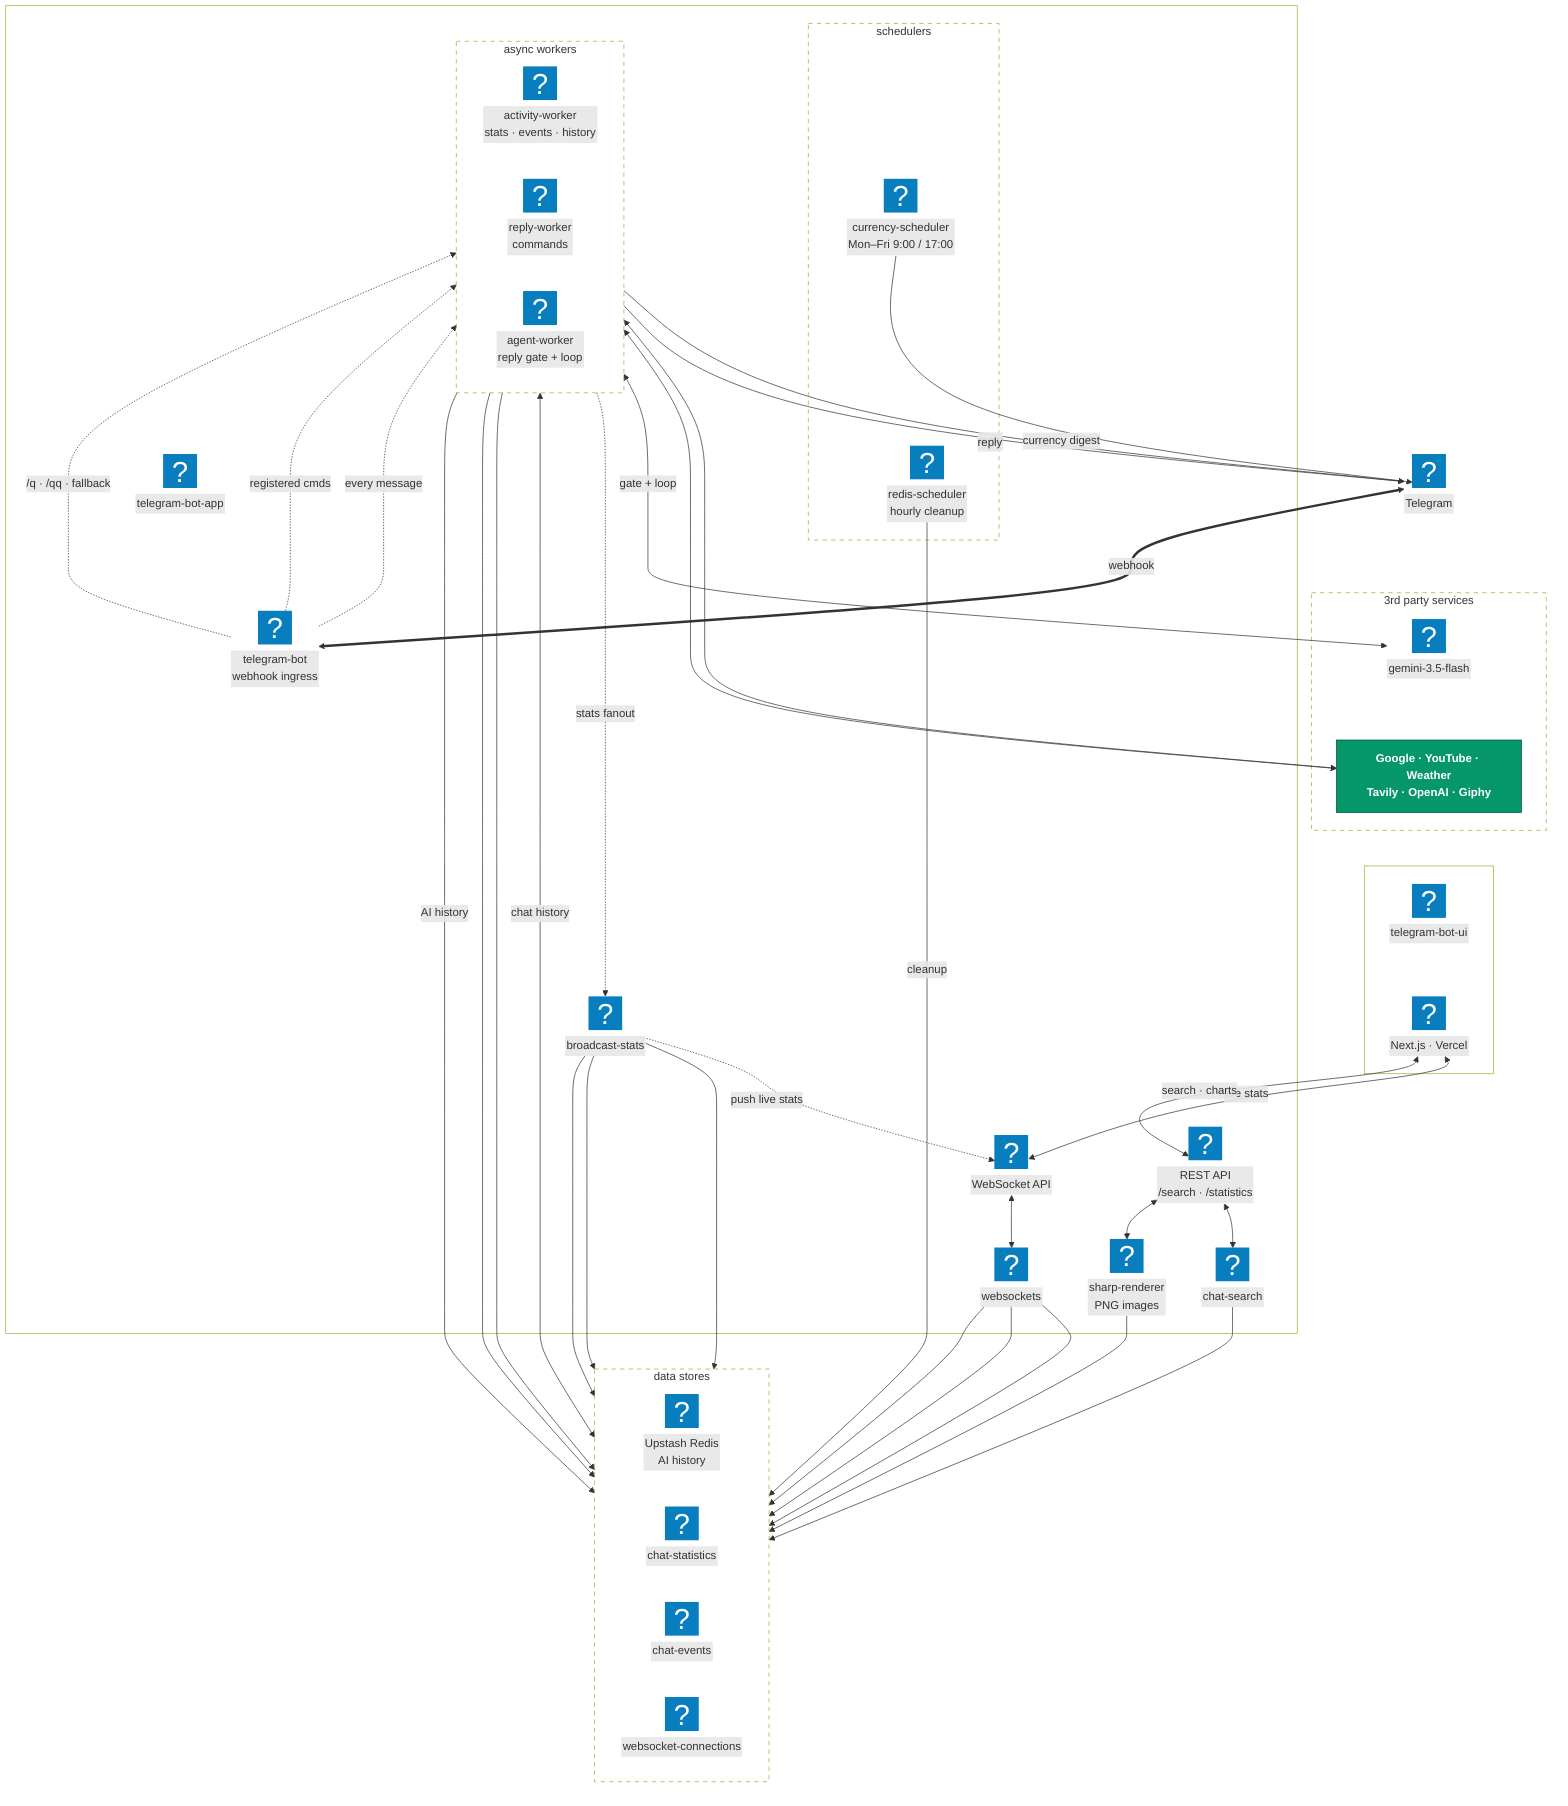
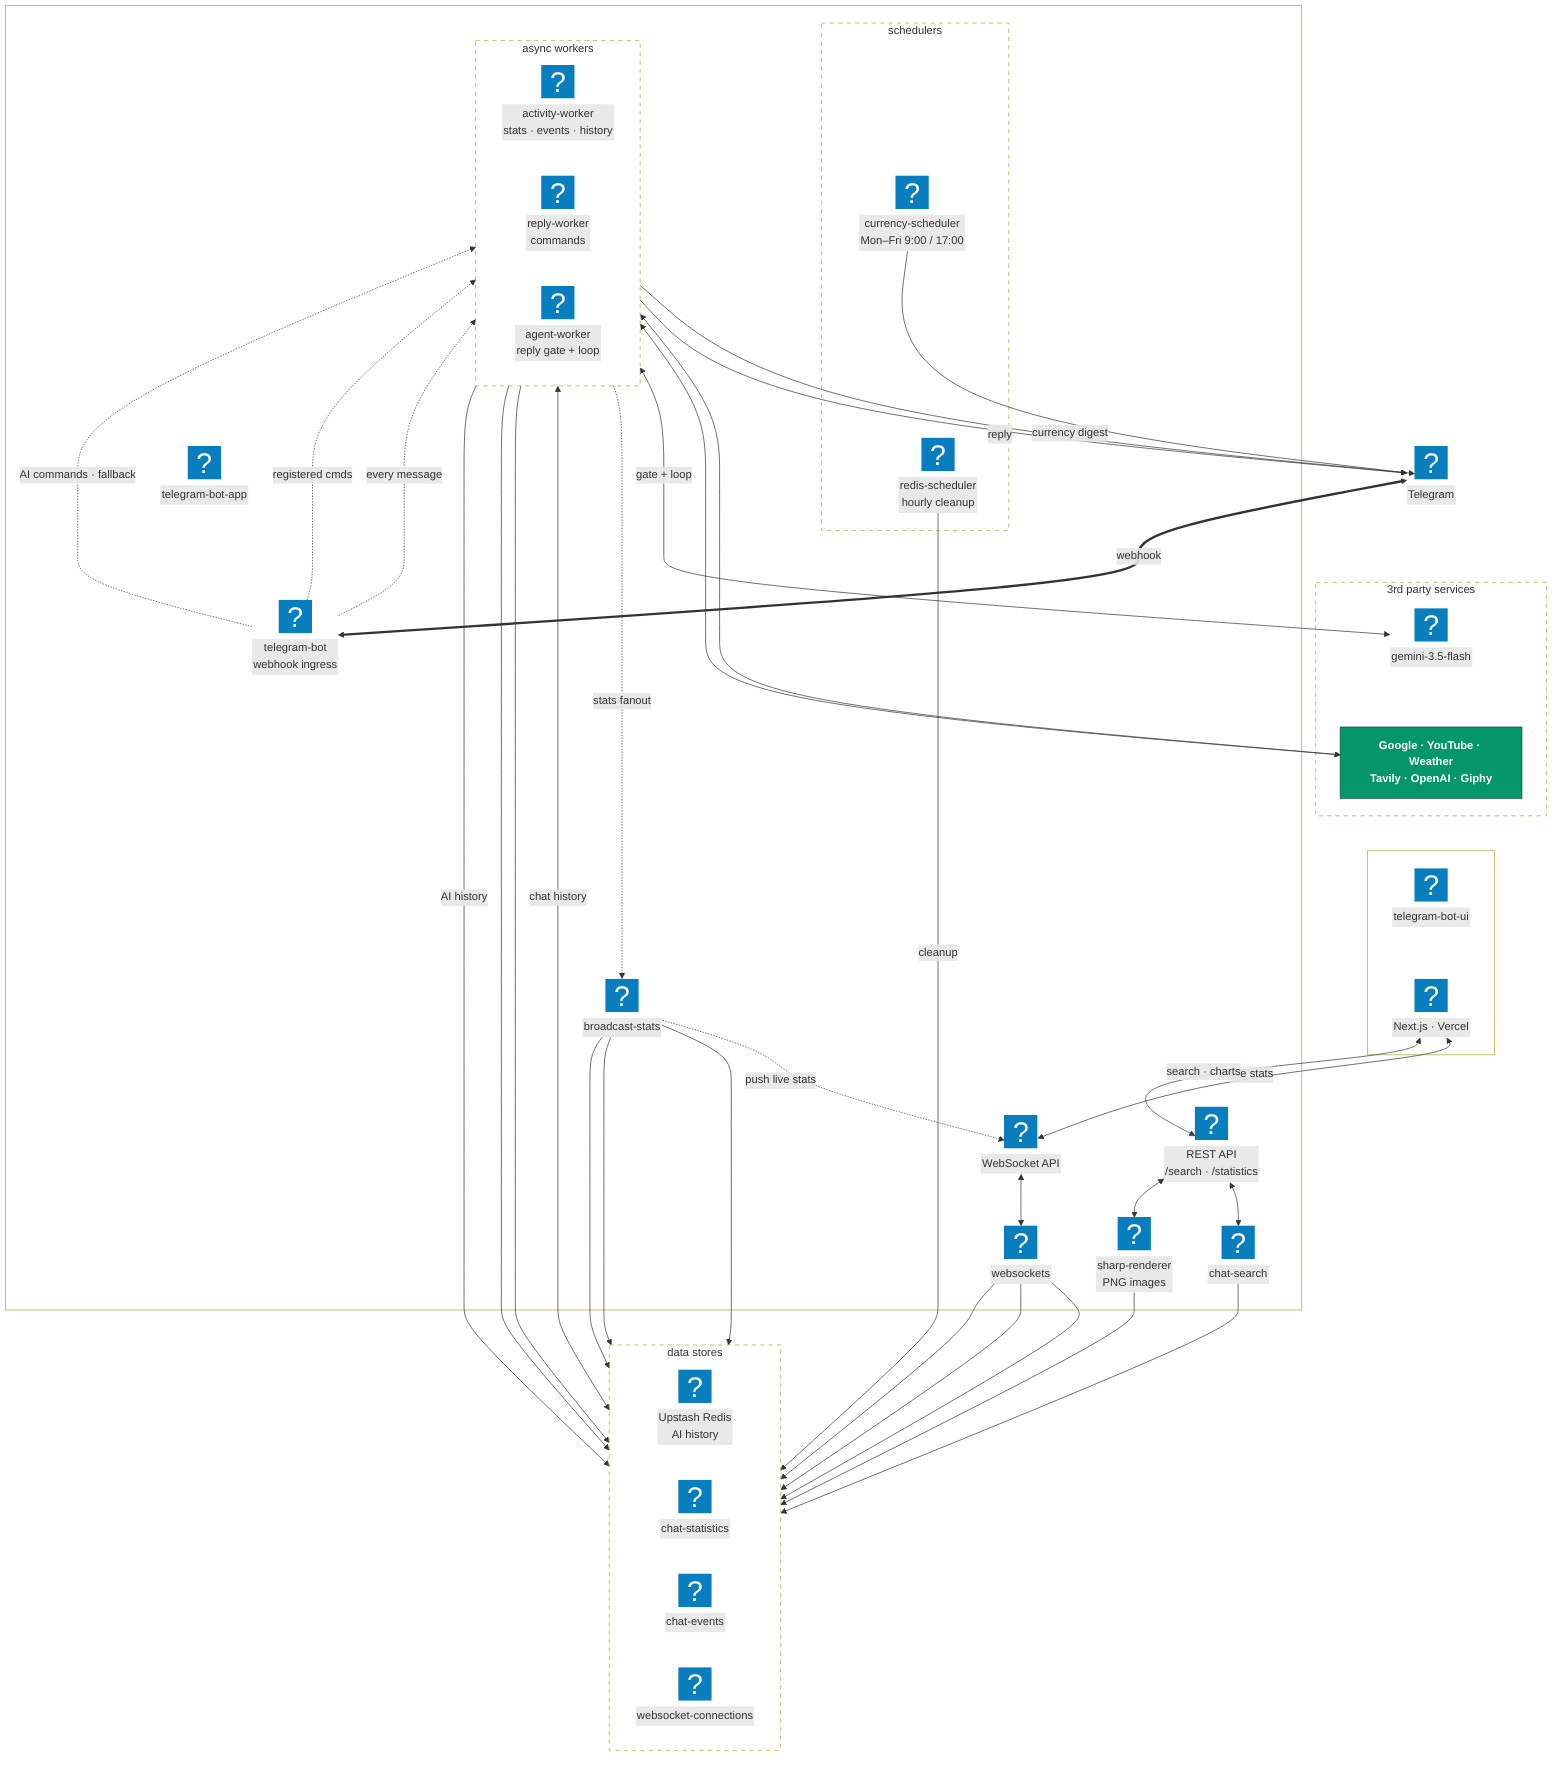
flowchart TB
  subgraph APP[" "]
    GHAPP@{ icon: "mdi:github", label: "telegram-bot-app", h: 36 }

    subgraph SCHED["schedulers"]
      CRON1@{ icon: "logos:aws-eventbridge", label: "currency-scheduler<br/>Mon–Fri 9:00 / 17:00", h: 38 }
      CRON2@{ icon: "logos:aws-eventbridge", label: "redis-scheduler<br/>hourly cleanup", h: 38 }
    end

    BOT@{ icon: "logos:aws-lambda", label: "telegram-bot<br/>webhook ingress", h: 42 }

    subgraph WORKERS["async workers"]
      direction LR
      ACT@{ icon: "logos:aws-lambda", label: "activity-worker<br/>stats · events · history", h: 42 }
      REPLY@{ icon: "logos:aws-lambda", label: "reply-worker<br/>commands", h: 42 }
      AGENT@{ icon: "logos:aws-lambda", label: "agent-worker<br/>reply gate + loop", h: 42 }
    end

    BCAST@{ icon: "logos:aws-lambda", label: "broadcast-stats", h: 42 }
    WSL@{ icon: "logos:aws-lambda", label: "websockets", h: 42 }
    SEARCH@{ icon: "logos:aws-lambda", label: "chat-search", h: 42 }
    IMG@{ icon: "logos:aws-lambda", label: "sharp-renderer<br/>PNG images", h: 42 }

    WSS@{ icon: "logos:aws-api-gateway", label: "WebSocket API", h: 40 }
    HTTP@{ icon: "logos:aws-api-gateway", label: "REST API<br/>/search · /statistics", h: 40 }
  end

  TG@{ icon: "logos:telegram", label: "Telegram", h: 46 }

  subgraph UIBOX[" "]
    GHUI@{ icon: "mdi:github", label: "telegram-bot-ui", h: 36 }
    NEXT@{ icon: "simple-icons:nextdotjs", label: "Next.js · Vercel", h: 40 }
  end

  subgraph THIRD["3rd party services"]
    GEM@{ icon: "logos:google-gemini", label: "gemini-3.5-flash", h: 38 }
    APIS["Google · YouTube · Weather<br/>Tavily · OpenAI · Giphy"]:::ext
  end

  subgraph DATA["data stores"]
    direction LR
    REDIS@{ icon: "logos:redis", label: "Upstash Redis<br/>AI history", h: 40 }
    STATS@{ icon: "logos:aws-dynamodb", label: "chat-statistics", h: 40 }
    EVENTS@{ icon: "logos:aws-dynamodb", label: "chat-events", h: 40 }
    CONNS@{ icon: "logos:aws-dynamodb", label: "websocket-connections", h: 40 }
  end

  GHAPP ~~~ BOT
  CRON1 ~~~ CRON2
  TG ~~~ GEM
  GEM ~~~ APIS
  APIS ~~~ GHUI
  GHUI ~~~ NEXT

  CRON1 -->|"currency digest"| TG
  CRON2 -->|"cleanup"| REDIS
  TG <==>|"webhook"| BOT

  BOT -.->|"every message"| ACT
  BOT -.->|"registered cmds"| REPLY
-   BOT -.->|"/q · /qq · fallback"| AGENT
+   BOT -.->|"AI commands · fallback"| AGENT

  REPLY -->|"reply"| TG
  AGENT -->|"reply"| TG
  REPLY <--> APIS
  AGENT <--> APIS
  AGENT <-->|"gate + loop"| GEM
  AGENT <-->|"chat history"| REDIS

  ACT --> STATS & EVENTS
  ACT -->|"AI history"| REDIS
  ACT -.->|"stats fanout"| BCAST

  BCAST --> STATS & EVENTS & CONNS
  WSL --> STATS & EVENTS & CONNS
  SEARCH --> STATS
  IMG --> EVENTS

  BCAST -.->|"push live stats"| WSS
  WSS <--> WSL
  HTTP <--> SEARCH
  HTTP <--> IMG

  NEXT <-->|"live stats"| WSS
  NEXT <-->|"search · charts"| HTTP

  classDef ext fill:#059669,stroke:#064e3b,color:#ffffff,font-weight:bold
  style SCHED fill:transparent,stroke-dasharray:6 6
  style WORKERS fill:transparent,stroke-dasharray:6 6
  style THIRD fill:transparent,stroke-dasharray:6 6
  style DATA fill:transparent,stroke-dasharray:6 6
  style APP fill:transparent
  style UIBOX fill:transparent
